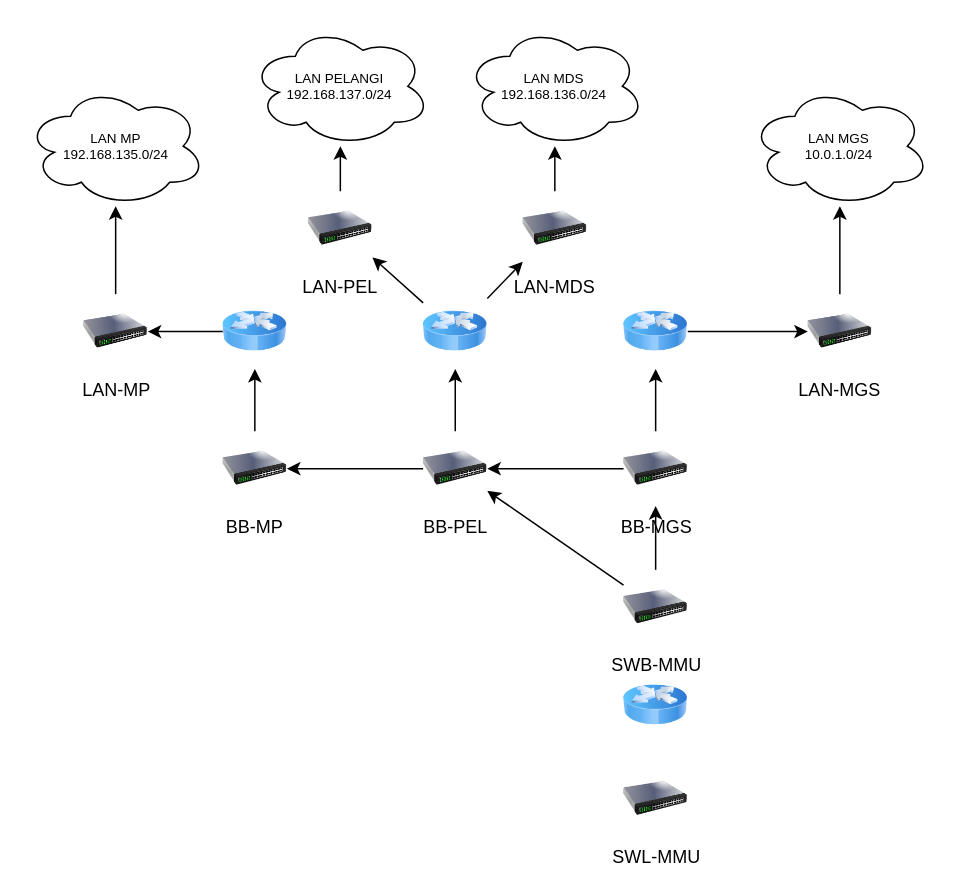
Earlier version of the draw.io diagram Mizan Inter-connection.drawio (gutherzig/petajaringan). Source tidied: cells renumbered, new cells numbered last; positions are measured from the earlier drawing's top-left corner, leaving out a move shared by most shapes. Both pictures are drawn from the tidied source at 150%, with x=0, y=0 at pixel (26, 26).
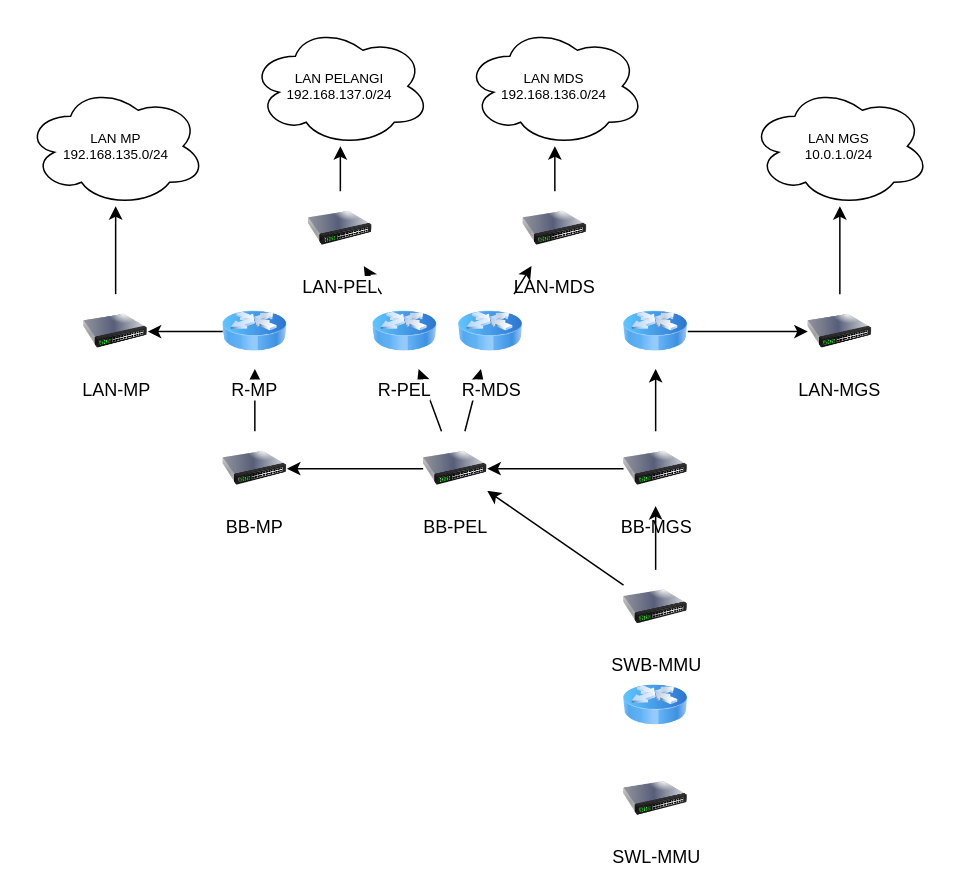
The same page after the edit.

Unchanged cells that the change refers to:
```xml
<mxCell id="6" value="BB-PEL" style="image;html=1;image=img/lib/clip_art/networking/Switch_128x128.png;" parent="1" vertex="1">
  <mxGeometry x="264.6" y="270" width="42.8" height="49.9" as="geometry" />
</mxCell>
<mxCell id="25" value="LAN-MDS" style="image;html=1;image=img/lib/clip_art/networking/Switch_128x128.png;" parent="1" vertex="1">
  <mxGeometry x="331" y="110" width="42.8" height="49.9" as="geometry" />
</mxCell>
```

Diff of the diagram source:
```diff
@@
+    <mxCell id="34" style="edgeStyle=none;rounded=0;jettySize=auto;html=1;" parent="1" edge="1" source="6" target="36">
+      <mxGeometry relative="1" as="geometry" />
+    </mxCell>
@@
-    <mxCell id="15" style="edgeStyle=none;rounded=0;jettySize=auto;html=1;" parent="1" edge="1" source="17" target="25">
-      <mxGeometry relative="1" as="geometry" />
-    </mxCell>
@@
-    <mxCell id="17" style="image;html=1;image=img/lib/clip_art/networking/Router_Icon_128x128.png;" parent="1" vertex="1">
-      <mxGeometry x="264.6" y="178.6" width="42.8" height="49.9" as="geometry" />
+    <mxCell id="17" value="R-PEL" style="image;html=1;image=img/lib/clip_art/networking/Router_Icon_128x128.png;" parent="1" vertex="1">
+      <mxGeometry x="231" y="178.6" width="42.8" height="49.9" as="geometry" />
     </mxCell>
@@
-    <mxCell id="20" style="image;html=1;image=img/lib/clip_art/networking/Router_Icon_128x128.png;" parent="1" vertex="1">
+    <mxCell id="20" value="R-MP" style="image;html=1;image=img/lib/clip_art/networking/Router_Icon_128x128.png;" parent="1" vertex="1">
       <mxGeometry x="131" y="178.6" width="42.8" height="49.9" as="geometry" />
     </mxCell>
@@
+    <mxCell id="35" style="edgeStyle=none;rounded=0;jettySize=auto;html=1;" parent="1" edge="1" source="36" target="25">
+      <mxGeometry relative="1" as="geometry" />
+    </mxCell>
+    <mxCell id="36" value="R-MDS" style="image;html=1;image=img/lib/clip_art/networking/Router_Icon_128x128.png;" parent="1" vertex="1">
+      <mxGeometry x="288.2" y="178.6" width="42.8" height="49.9" as="geometry" />
+    </mxCell>
```
